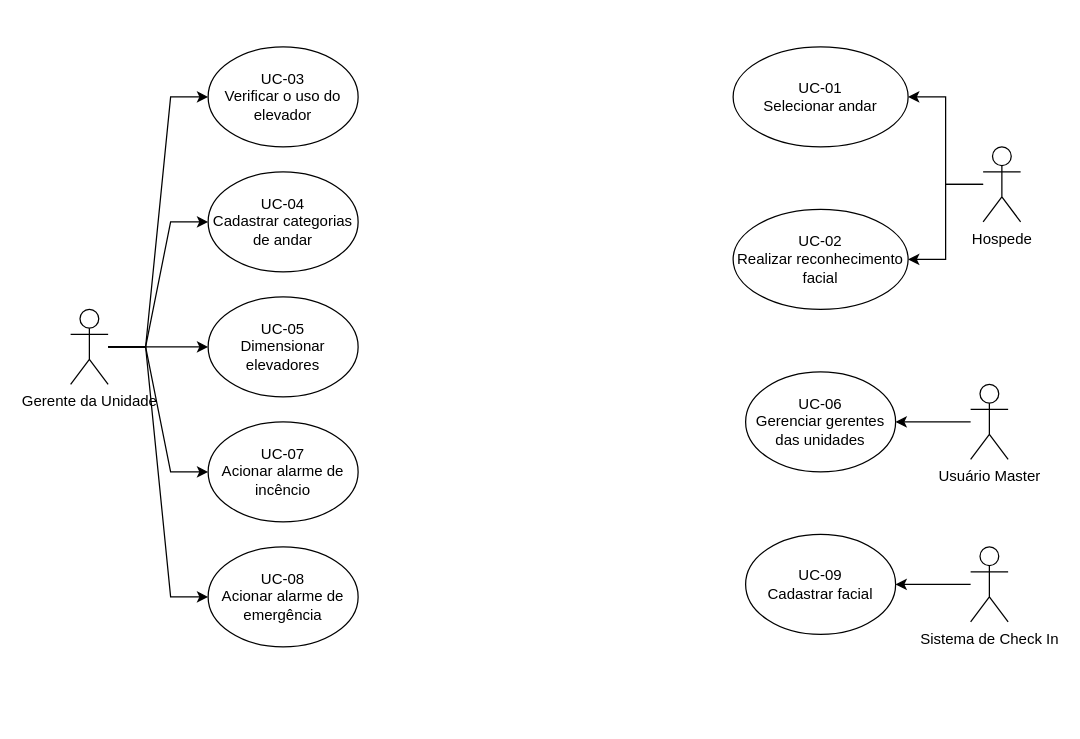
The draw.io diagram Diagramas/Casos De Uso/casos_de_uso.drawio in HenriqueFinatti/Modelagem_De_Software_Projeto_2, before the edit. Source tidied: cells renumbered, new cells numbered last; positions are measured from the earlier drawing's top-left corner, leaving out a move shared by most shapes. Both pictures are drawn from the tidied source at 125%, with x=0, y=0 at pixel (70, 46).
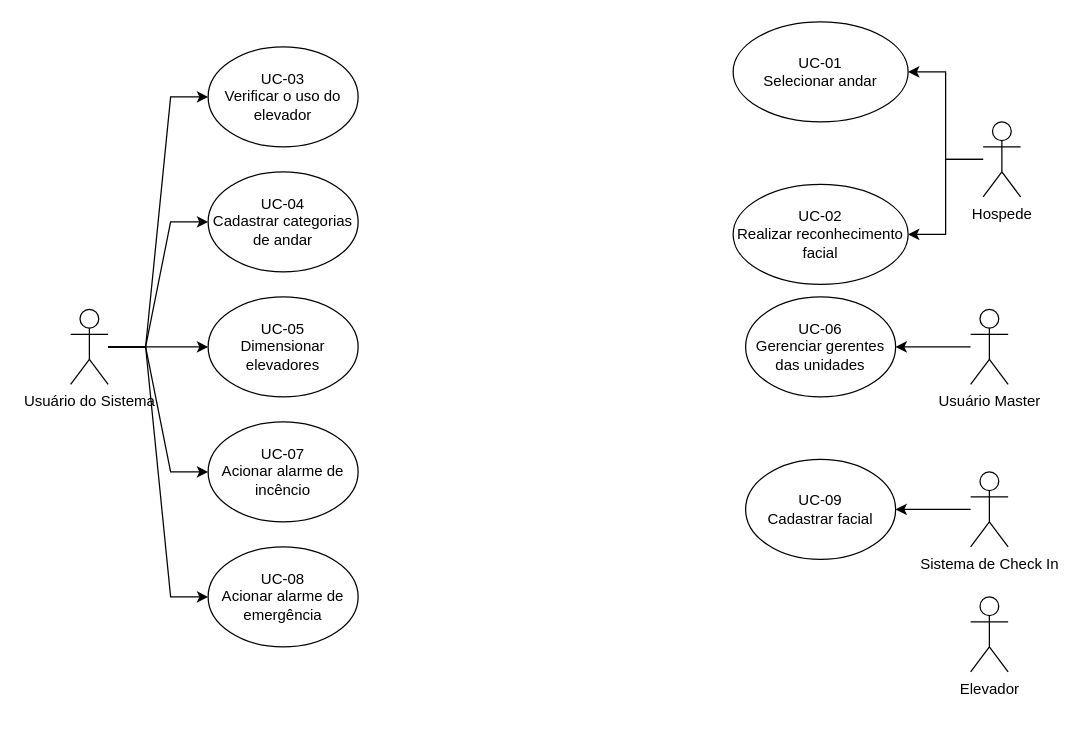
After the change.

Commit message (it also covers changes not shown here):
diagrama de classe

The edit, as a diff of the source:
```diff
@@
-    <mxCell id="7" value="&lt;div&gt;Gerente da Unidade&lt;/div&gt;&lt;div&gt;&lt;br&gt;&lt;/div&gt;" style="shape=umlActor;verticalLabelPosition=bottom;verticalAlign=top;html=1;outlineConnect=0;" parent="1" vertex="1">
+    <mxCell id="7" value="&lt;div&gt;Usuário do Sistema&lt;/div&gt;" style="shape=umlActor;verticalLabelPosition=bottom;verticalAlign=top;html=1;outlineConnect=0;" parent="1" vertex="1">
       <mxGeometry y="210" width="30" height="60" as="geometry" />
     </mxCell>
@@
     <mxCell id="15" value="Hospede" style="shape=umlActor;verticalLabelPosition=bottom;verticalAlign=top;html=1;outlineConnect=0;" parent="1" vertex="1">
-      <mxGeometry x="730" y="80" width="30" height="60" as="geometry" />
+      <mxGeometry x="730" y="60" width="30" height="60" as="geometry" />
     </mxCell>
     <mxCell id="16" value="&lt;div&gt;UC-01&lt;/div&gt;&lt;div&gt;Selecionar andar&lt;/div&gt;" style="ellipse;whiteSpace=wrap;html=1;" parent="1" vertex="1">
-      <mxGeometry x="530" width="140" height="80" as="geometry" />
+      <mxGeometry x="530" y="-20" width="140" height="80" as="geometry" />
     </mxCell>
     <mxCell id="17" value="&lt;div&gt;UC-02&lt;/div&gt;&lt;div&gt;Realizar reconhecimento facial&lt;/div&gt;" style="ellipse;whiteSpace=wrap;html=1;" parent="1" vertex="1">
-      <mxGeometry x="530" y="130" width="140" height="80" as="geometry" />
+      <mxGeometry x="530" y="110" width="140" height="80" as="geometry" />
     </mxCell>
@@
     <mxCell id="19" value="&lt;div&gt;Usuário Master&lt;/div&gt;" style="shape=umlActor;verticalLabelPosition=bottom;verticalAlign=top;html=1;outlineConnect=0;" parent="1" vertex="1">
-      <mxGeometry x="720" y="270" width="30" height="60" as="geometry" />
+      <mxGeometry x="720" y="210" width="30" height="60" as="geometry" />
     </mxCell>
     <mxCell id="20" value="&lt;div&gt;UC-06&lt;/div&gt;&lt;div&gt;Gerenciar gerentes das unidades&lt;/div&gt;" style="ellipse;whiteSpace=wrap;html=1;" parent="1" vertex="1">
-      <mxGeometry x="540" y="260" width="120" height="80" as="geometry" />
+      <mxGeometry x="540" y="200" width="120" height="80" as="geometry" />
     </mxCell>
@@
     <mxCell id="22" value="Sistema de Check In" style="shape=umlActor;verticalLabelPosition=bottom;verticalAlign=top;html=1;outlineConnect=0;" parent="1" vertex="1">
-      <mxGeometry x="720" y="400" width="30" height="60" as="geometry" />
+      <mxGeometry x="720" y="340" width="30" height="60" as="geometry" />
     </mxCell>
     <mxCell id="23" value="&lt;div&gt;UC-09&lt;/div&gt;&lt;div&gt;Cadastrar facial&lt;/div&gt;" style="ellipse;whiteSpace=wrap;html=1;" parent="1" vertex="1">
-      <mxGeometry x="540" y="390" width="120" height="80" as="geometry" />
+      <mxGeometry x="540" y="330" width="120" height="80" as="geometry" />
     </mxCell>
+    <mxCell id="24" value="Elevador&lt;div&gt;&lt;br&gt;&lt;/div&gt;" style="shape=umlActor;verticalLabelPosition=bottom;verticalAlign=top;html=1;" parent="1" vertex="1">
+      <mxGeometry x="720" y="440" width="30" height="60" as="geometry" />
+    </mxCell>
```
